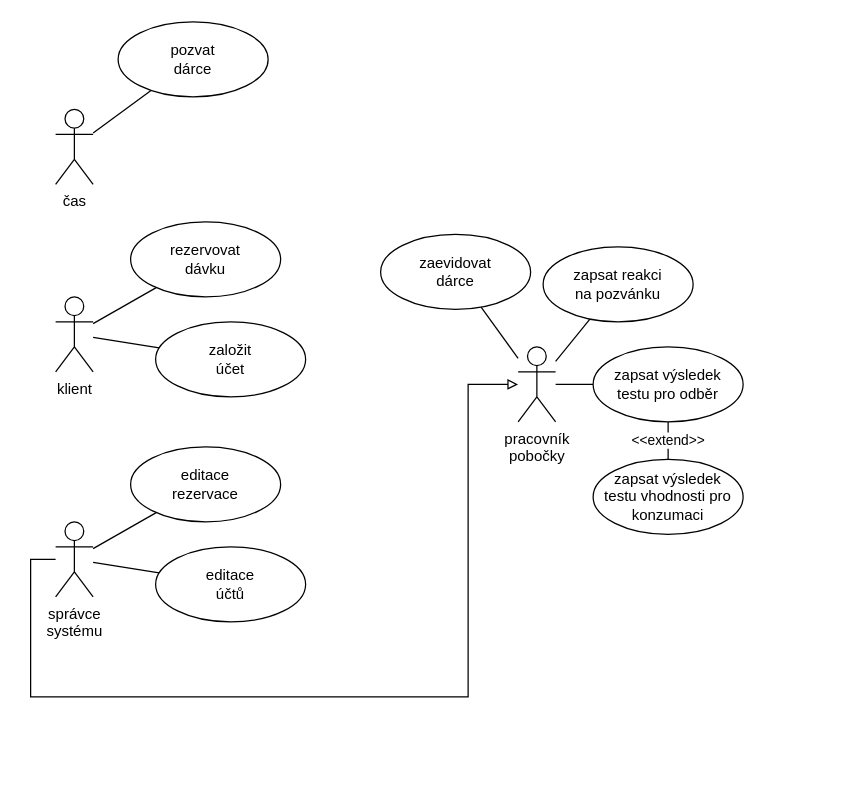
Earlier version of the draw.io diagram use-case/use-case-diagram.drawio (xhobza03/ius-projekt1). Source tidied: cells renumbered, new cells numbered last; positions are measured from the earlier drawing's top-left corner, leaving out a move shared by most shapes. Both pictures are drawn from the tidied source at 125%, with x=0, y=0 at pixel (30, 21).
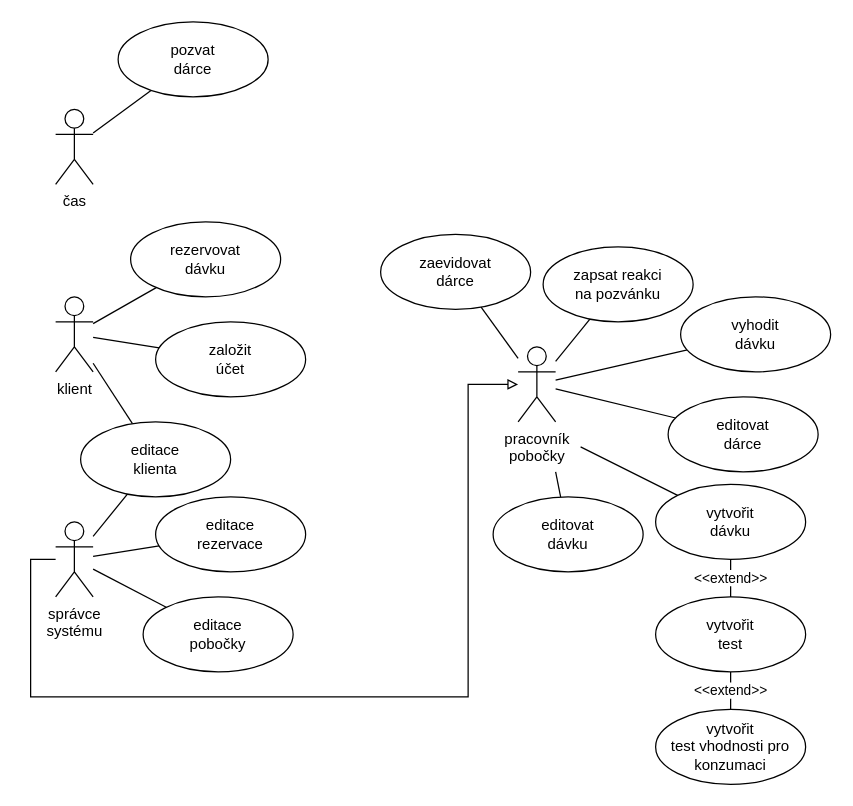
Above is the later version.

The change refers to these unchanged cells:
```xml
<mxCell id="7" value="klient" style="shape=umlActor;verticalLabelPosition=bottom;verticalAlign=top;html=1;outlineConnect=0;" parent="1" vertex="1">
  <mxGeometry x="20" y="220" width="30" height="60" as="geometry" />
</mxCell>
<mxCell id="13" value="správce&lt;br&gt;systému" style="shape=umlActor;verticalLabelPosition=bottom;verticalAlign=top;html=1;outlineConnect=0;" parent="1" vertex="1">
  <mxGeometry x="20" y="400" width="30" height="60" as="geometry" />
</mxCell>
<mxCell id="18" value="pracovník&lt;br&gt;pobočky" style="shape=umlActor;verticalLabelPosition=bottom;verticalAlign=top;html=1;outlineConnect=0;" parent="1" vertex="1">
  <mxGeometry x="390" y="260" width="30" height="60" as="geometry" />
</mxCell>
```

Diff of the diagram source:
```diff
@@
+    <mxCell id="25" style="edgeStyle=none;rounded=0;jettySize=auto;html=1;endArrow=none;endFill=0;" parent="1" edge="1" source="7" target="35">
+      <mxGeometry relative="1" as="geometry" />
+    </mxCell>
@@
+    <mxCell id="26" style="edgeStyle=none;rounded=0;jettySize=auto;html=1;endArrow=none;endFill=0;" parent="1" edge="1" source="13" target="35">
+      <mxGeometry relative="1" as="geometry" />
+    </mxCell>
@@
     <mxCell id="14" value="editace&lt;br&gt;rezervace" style="ellipse;whiteSpace=wrap;html=1;verticalAlign=middle;" parent="1" vertex="1">
-      <mxGeometry x="80" y="340" width="120" height="60" as="geometry" />
+      <mxGeometry x="100" y="380" width="120" height="60" as="geometry" />
     </mxCell>
-    <mxCell id="15" value="editace&lt;br&gt;účtů" style="ellipse;whiteSpace=wrap;html=1;verticalAlign=middle;" parent="1" vertex="1">
-      <mxGeometry x="100" y="420" width="120" height="60" as="geometry" />
+    <mxCell id="15" value="editace&lt;br&gt;pobočky" style="ellipse;whiteSpace=wrap;html=1;verticalAlign=middle;" parent="1" vertex="1">
+      <mxGeometry x="90" y="460" width="120" height="60" as="geometry" />
     </mxCell>
@@
-    <mxCell id="17" style="edgeStyle=none;rounded=0;jettySize=auto;html=1;endArrow=none;endFill=0;" parent="1" edge="1" source="18" target="21">
-      <mxGeometry relative="1" as="geometry" />
+    <mxCell id="17" style="edgeStyle=none;rounded=0;jettySize=auto;html=1;endArrow=none;endFill=0;" parent="1" edge="1" target="32">
+      <mxGeometry relative="1" as="geometry">
+        <mxPoint x="440" y="340" as="sourcePoint" />
+      </mxGeometry>
     </mxCell>
+    <mxCell id="27" style="edgeStyle=none;rounded=0;jettySize=auto;html=1;endArrow=none;endFill=0;" parent="1" edge="1" source="18" target="30">
+      <mxGeometry relative="1" as="geometry" />
+    </mxCell>
+    <mxCell id="28" style="edgeStyle=none;rounded=0;jettySize=auto;html=1;endArrow=none;endFill=0;" parent="1" edge="1" source="18" target="33">
+      <mxGeometry relative="1" as="geometry" />
+    </mxCell>
+    <mxCell id="29" style="edgeStyle=none;rounded=0;jettySize=auto;html=1;endArrow=none;endFill=0;" parent="1" edge="1" target="34">
+      <mxGeometry relative="1" as="geometry">
+        <mxPoint x="420" y="360" as="sourcePoint" />
+      </mxGeometry>
+    </mxCell>
@@
-    <mxCell id="21" value="zapsat výsledek&lt;br&gt;testu pro odběr" style="ellipse;whiteSpace=wrap;html=1;verticalAlign=middle;" parent="1" vertex="1">
-      <mxGeometry x="450" y="260" width="120" height="60" as="geometry" />
+    <mxCell id="21" value="vytvořit&lt;br&gt;test" style="ellipse;whiteSpace=wrap;html=1;verticalAlign=middle;" parent="1" vertex="1">
+      <mxGeometry x="500" y="460" width="120" height="60" as="geometry" />
     </mxCell>
-    <mxCell id="22" value="zapsat výsledek&lt;br&gt;testu vhodnosti pro&lt;br&gt;konzumaci" style="ellipse;whiteSpace=wrap;html=1;verticalAlign=middle;" parent="1" vertex="1">
-      <mxGeometry x="450" y="350" width="120" height="60" as="geometry" />
+    <mxCell id="22" value="vytvořit&lt;br&gt;test vhodnosti pro&lt;br&gt;konzumaci" style="ellipse;whiteSpace=wrap;html=1;verticalAlign=middle;" parent="1" vertex="1">
+      <mxGeometry x="500" y="550" width="120" height="60" as="geometry" />
     </mxCell>
@@
+    <mxCell id="30" value="vyhodit&lt;br&gt;dávku" style="ellipse;whiteSpace=wrap;html=1;verticalAlign=middle;" parent="1" vertex="1">
+      <mxGeometry x="520" y="220" width="120" height="60" as="geometry" />
+    </mxCell>
+    <mxCell id="31" value="&amp;lt;&amp;lt;extend&amp;gt;&amp;gt;" style="edgeStyle=none;rounded=0;jettySize=auto;html=1;endArrow=none;endFill=0;" parent="1" edge="1" source="32" target="21">
+      <mxGeometry relative="1" as="geometry" />
+    </mxCell>
+    <mxCell id="32" value="vytvořit&lt;br&gt;dávku" style="ellipse;whiteSpace=wrap;html=1;verticalAlign=middle;" parent="1" vertex="1">
+      <mxGeometry x="500" y="370" width="120" height="60" as="geometry" />
+    </mxCell>
+    <mxCell id="33" value="editovat&lt;br&gt;dárce" style="ellipse;whiteSpace=wrap;html=1;verticalAlign=middle;" parent="1" vertex="1">
+      <mxGeometry x="510" y="300" width="120" height="60" as="geometry" />
+    </mxCell>
+    <mxCell id="34" value="editovat&lt;br&gt;dávku" style="ellipse;whiteSpace=wrap;html=1;verticalAlign=middle;" parent="1" vertex="1">
+      <mxGeometry x="370" y="380" width="120" height="60" as="geometry" />
+    </mxCell>
+    <mxCell id="35" value="editace&lt;br&gt;klienta" style="ellipse;whiteSpace=wrap;html=1;verticalAlign=middle;" parent="1" vertex="1">
+      <mxGeometry x="40" y="320" width="120" height="60" as="geometry" />
+    </mxCell>
```
